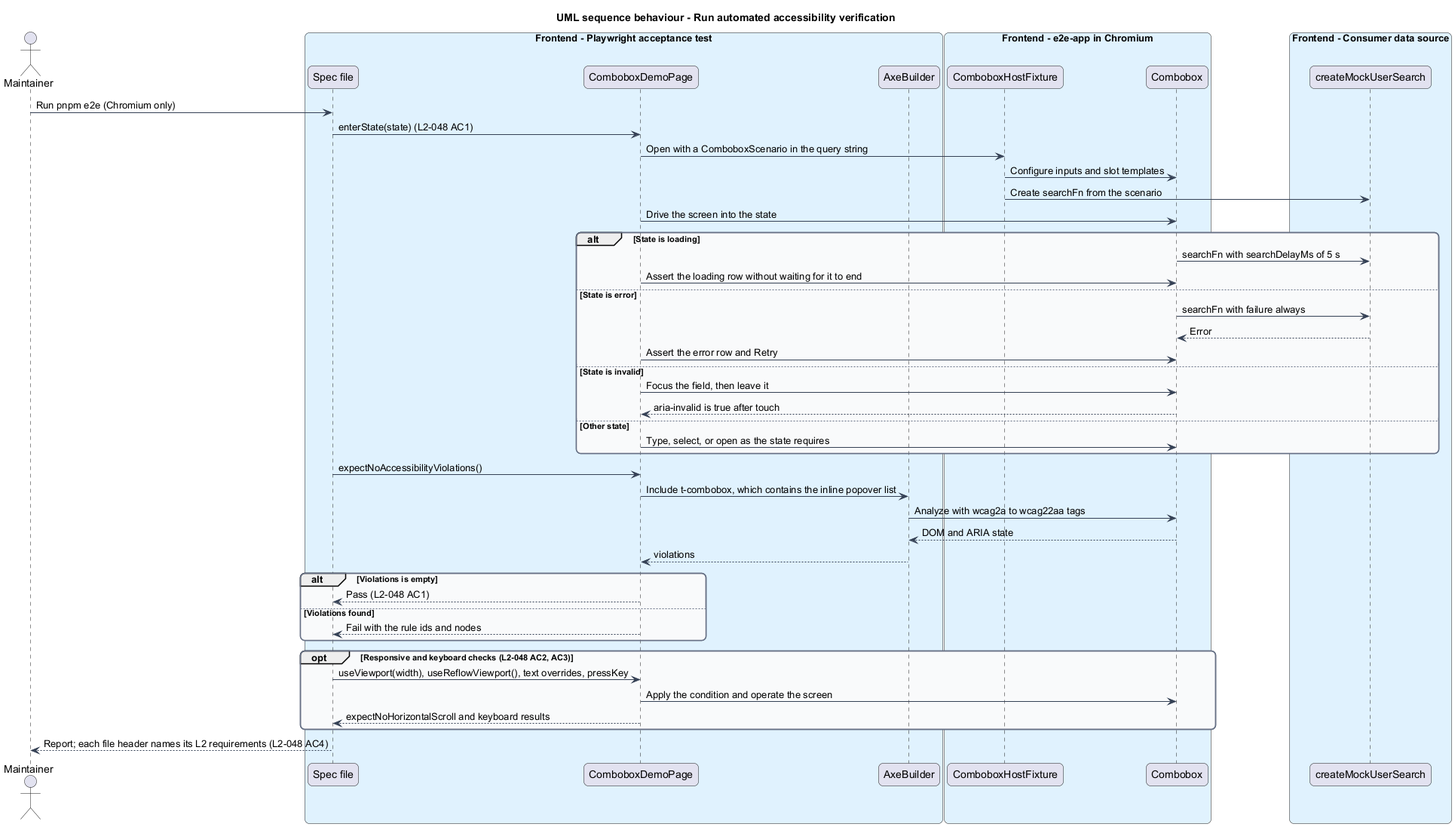
This is docs/detailed-designs/combobox/verify-and-document/diagrams/sequence-axe-verification.png from QuinntyneBrown/Tessera, a PlantUML export, as it was before one commit.
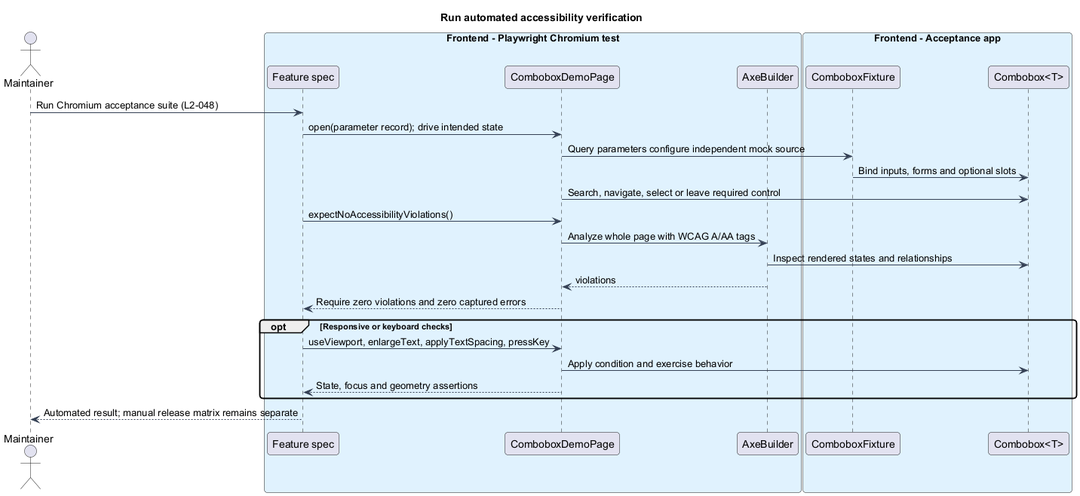
Later version of the same file.

The edit, as a diff of the source:
```diff
@@ -1,66 +1,41 @@
 @startuml
-title UML sequence behaviour - Run automated accessibility verification
 skinparam backgroundColor #FFFFFF
 skinparam shadowing false
-skinparam roundcorner 12
+skinparam roundcorner 8
 skinparam defaultFontName Arial
 skinparam ArrowColor #344054
-skinparam rectangle {
+skinparam class {
   BorderColor #344054
-  FontColor #101828
-}
-skinparam package {
-  BorderColor #667085
   FontColor #101828
   BackgroundColor #F9FAFB
 }
-actor "Maintainer" as maint
-box "Frontend - Playwright acceptance test" #E0F2FE
-  participant "Spec file" as spec
+title Run automated accessibility verification
+actor "Maintainer" as user
+box "Frontend - Playwright Chromium test" #E0F2FE
+  participant "Feature spec" as test
   participant "ComboboxDemoPage" as page
   participant "AxeBuilder" as axe
 end box
-box "Frontend - e2e-app in Chromium" #E0F2FE
-  participant "ComboboxHostFixture" as fixture
-  participant "Combobox" as cb
-end box
-box "Frontend - Consumer data source" #E0F2FE
-  participant "createMockUserSearch" as mock
+box "Frontend - Acceptance app" #E0F2FE
+  participant "ComboboxFixture" as fixture
+  participant "Combobox<T>" as cb
 end box
 
-maint -> spec : Run pnpm e2e (Chromium only)
-spec -> page : enterState(state) (L2-048 AC1)
-page -> fixture : Open with a ComboboxScenario in the query string
-fixture -> cb : Configure inputs and slot templates
-fixture -> mock : Create searchFn from the scenario
-page -> cb : Drive the screen into the state
-alt State is loading
-  cb -> mock : searchFn with searchDelayMs of 5 s
-  page -> cb : Assert the loading row without waiting for it to end
-else State is error
-  cb -> mock : searchFn with failure always
-  mock --> cb : Error
-  page -> cb : Assert the error row and Retry
-else State is invalid
-  page -> cb : Focus the field, then leave it
-  cb --> page : aria-invalid is true after touch
-else Other state
-  page -> cb : Type, select, or open as the state requires
+
+user -> test : Run Chromium acceptance suite (L2-048)
+test -> page : open(parameter record); drive intended state
+page -> fixture : Query parameters configure independent mock source
+fixture -> cb : Bind inputs, forms and optional slots
+page -> cb : Search, navigate, select or leave required control
+test -> page : expectNoAccessibilityViolations()
+page -> axe : Analyze whole page with WCAG A/AA tags
+axe -> cb : Inspect rendered states and relationships
+axe --> page : violations
+page --> test : Require zero violations and zero captured errors
+opt Responsive or keyboard checks
+  test -> page : useViewport, enlargeText, applyTextSpacing, pressKey
+  page -> cb : Apply condition and exercise behavior
+  page --> test : State, focus and geometry assertions
 end
-spec -> page : expectNoAccessibilityViolations()
-page -> axe : Include t-combobox, which contains the inline popover list
-axe -> cb : Analyze with wcag2a to wcag22aa tags
-cb --> axe : DOM and ARIA state
-axe --> page : violations
-alt Violations is empty
-  page --> spec : Pass (L2-048 AC1)
-else Violations found
-  page --> spec : Fail with the rule ids and nodes
-end
-opt Responsive and keyboard checks (L2-048 AC2, AC3)
-  spec -> page : useViewport(width), useReflowViewport(), text overrides, pressKey
-  page -> cb : Apply the condition and operate the screen
-  page --> spec : expectNoHorizontalScroll and keyboard results
-end
-spec --> maint : Report; each file header names its L2 requirements (L2-048 AC4)
+test --> user : Automated result; manual release matrix remains separate
 @enduml
```
